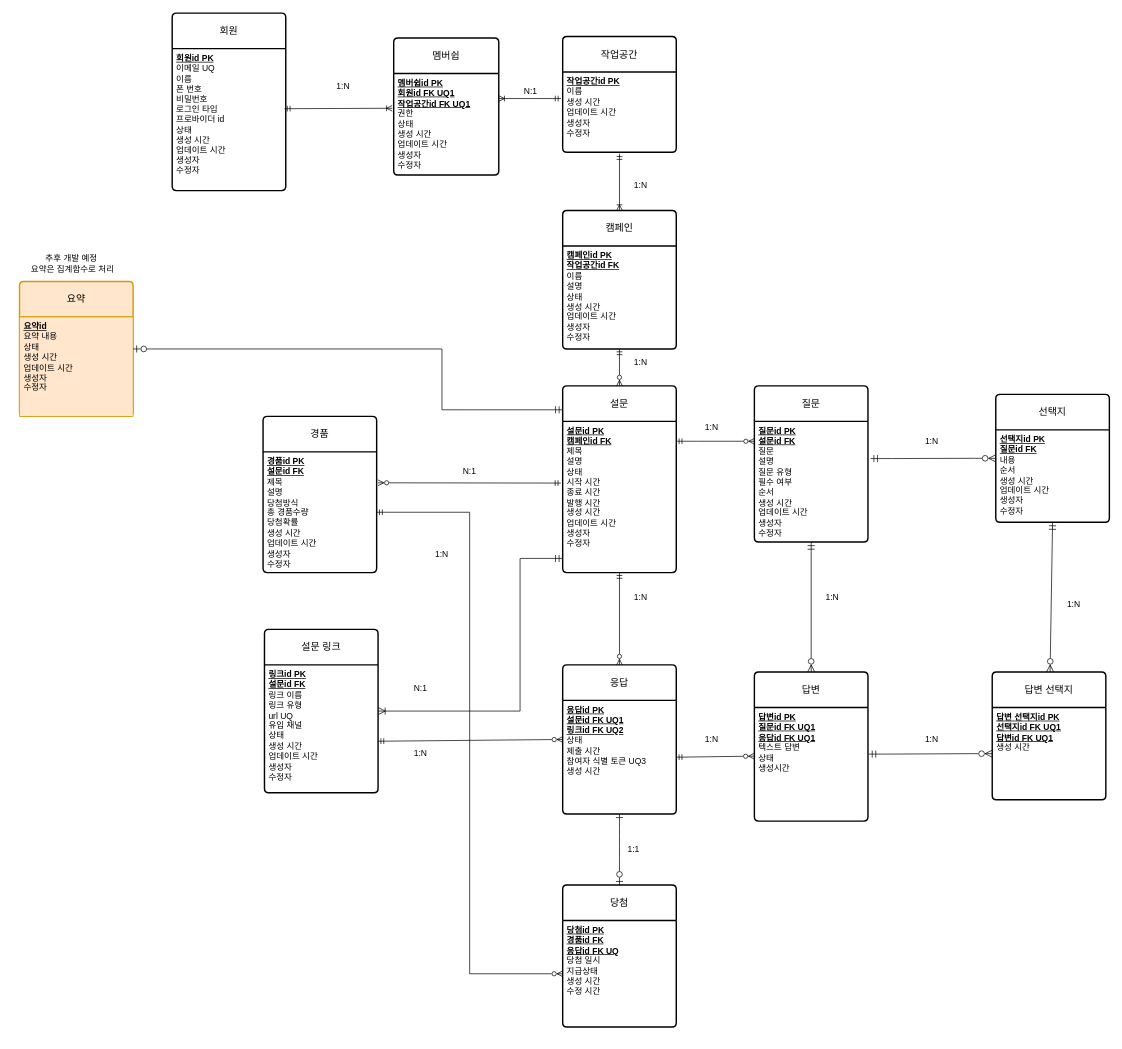
The draw.io diagram docs/database/logical-erd.drawio in lilsooin/insight-platform, before the edit. Source tidied: cells renumbered, new cells numbered last; positions are measured from the earlier drawing's top-left corner, leaving out a move shared by most shapes. Both pictures are drawn from the tidied source at 71%, with x=0, y=0 at pixel (12, 13).
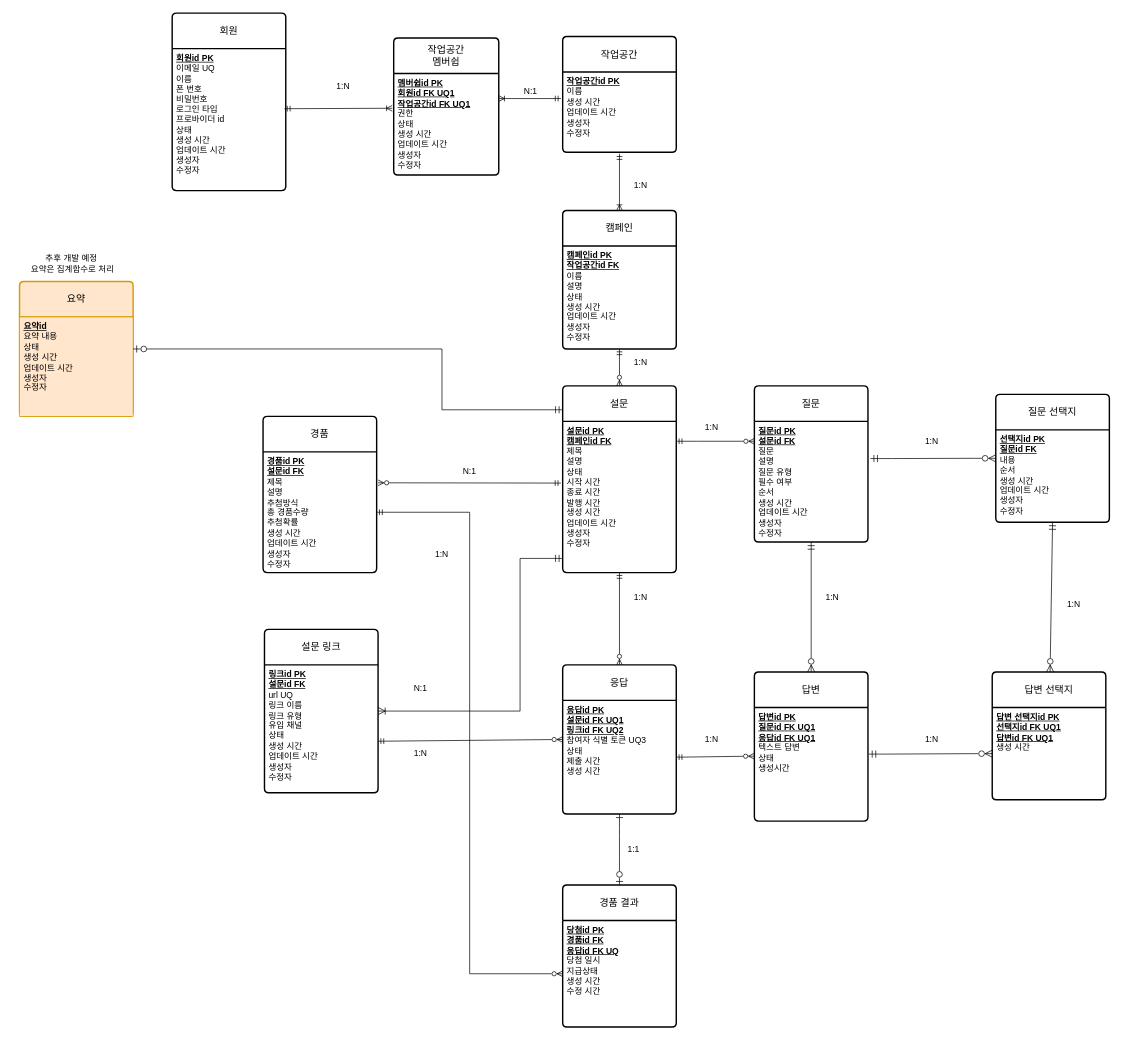
Above is the later version.

Commit message (it also covers changes not shown here):
docs: add initial logical ERD3

Unchanged cells that the change refers to:
```xml
<mxCell id="4" value="응답" style="swimlane;horizontal=1;startSize=50;rounded=1;fontSize=14;fontStyle=0;strokeWidth=2;shadow=0;dashed=0;align=center;arcSize=4;whiteSpace=wrap;html=1;" parent="1" vertex="1">
  <mxGeometry x="775" y="918" width="160" height="210" as="geometry" />
</mxCell>
<mxCell id="37" value="설문 링크" style="swimlane;horizontal=1;startSize=50;rounded=1;fontSize=14;fontStyle=0;strokeWidth=2;shadow=0;dashed=0;align=center;arcSize=4;whiteSpace=wrap;html=1;" parent="1" vertex="1">
  <mxGeometry x="355" y="868" width="160" height="230" as="geometry" />
</mxCell>
<mxCell id="44" value="경품" style="swimlane;horizontal=1;startSize=50;rounded=1;fontSize=14;fontStyle=0;strokeWidth=2;shadow=0;dashed=0;align=center;arcSize=4;whiteSpace=wrap;html=1;" parent="1" vertex="1">
  <mxGeometry x="353" y="568" width="160" height="220" as="geometry" />
</mxCell>
```

What changed in the source:
```diff
@@
-    <mxCell id="5" value="&lt;div&gt;&lt;u&gt;&lt;b&gt;응답id PK&lt;/b&gt;&lt;/u&gt;&lt;/div&gt;&lt;div&gt;&lt;div&gt;&lt;u&gt;&lt;b&gt;설문id FK UQ1&lt;/b&gt;&lt;/u&gt;&lt;/div&gt;&lt;div&gt;&lt;/div&gt;&lt;/div&gt;&lt;div&gt;&lt;div&gt;&lt;u&gt;&lt;b&gt;링크id FK UQ2&lt;/b&gt;&lt;/u&gt;&lt;/div&gt;&lt;/div&gt;&lt;div&gt;&lt;div&gt;상태&lt;/div&gt;&lt;div&gt;제출 시간&lt;/div&gt;&lt;div&gt;&lt;span style=&quot;background-color: transparent; color: light-dark(#000000, var(--ge-light-color, #ffffff));&quot;&gt;참여자 식별 토큰&lt;/span&gt;&lt;span style=&quot;background-color: transparent; color: light-dark(#000000, var(--ge-light-color, #ffffff));&quot;&gt;&amp;nbsp;UQ3&lt;/span&gt;&lt;/div&gt;&lt;div&gt;&lt;div&gt;생성 시간&lt;/div&gt;&lt;div&gt;&lt;br&gt;&lt;/div&gt;&lt;/div&gt;&lt;div&gt;&lt;div&gt;&lt;br&gt;&lt;/div&gt;&lt;/div&gt;&lt;div&gt;&lt;br&gt;&lt;/div&gt;&lt;/div&gt;" style="align=left;strokeColor=none;fillColor=none;spacingLeft=4;spacingRight=4;fontSize=12;verticalAlign=top;html=1;whiteSpace=wrap;" parent="4" vertex="1">
+    <mxCell id="5" value="&lt;div&gt;&lt;u&gt;&lt;b&gt;응답id PK&lt;/b&gt;&lt;/u&gt;&lt;/div&gt;&lt;div&gt;&lt;div&gt;&lt;u&gt;&lt;b&gt;설문id FK UQ1&lt;/b&gt;&lt;/u&gt;&lt;/div&gt;&lt;div&gt;&lt;/div&gt;&lt;/div&gt;&lt;div&gt;&lt;div&gt;&lt;u&gt;&lt;b&gt;링크id FK UQ2&lt;/b&gt;&lt;/u&gt;&lt;/div&gt;&lt;/div&gt;&lt;div&gt;&lt;div&gt;&lt;span style=&quot;background-color: transparent;&quot;&gt;참여자 식별 토큰&lt;/span&gt;&lt;span style=&quot;background-color: transparent;&quot;&gt; UQ3&lt;/span&gt;&lt;/div&gt;&lt;div&gt;&lt;/div&gt;&lt;/div&gt;&lt;div&gt;&lt;div&gt;상태&lt;/div&gt;&lt;div&gt;제출 시간&lt;/div&gt;&lt;div&gt;&lt;span style=&quot;background-color: transparent; color: light-dark(#000000, var(--ge-light-color, #ffffff));&quot;&gt;생성 시간&lt;/span&gt;&lt;/div&gt;&lt;div&gt;&lt;div&gt;&lt;br&gt;&lt;/div&gt;&lt;/div&gt;&lt;div&gt;&lt;div&gt;&lt;br&gt;&lt;/div&gt;&lt;/div&gt;&lt;div&gt;&lt;br&gt;&lt;/div&gt;&lt;/div&gt;" style="align=left;strokeColor=none;fillColor=none;spacingLeft=4;spacingRight=4;fontSize=12;verticalAlign=top;html=1;whiteSpace=wrap;" parent="4" vertex="1">
       <mxGeometry y="50" width="160" height="160" as="geometry" />
     </mxCell>
@@
-    <mxCell id="23" value="멤버쉽" style="swimlane;horizontal=1;startSize=50;rounded=1;fontSize=14;fontStyle=0;strokeWidth=2;shadow=0;dashed=0;align=center;arcSize=4;whiteSpace=wrap;html=1;" parent="1" vertex="1">
+    <mxCell id="23" value="&lt;div&gt;작업공간&lt;/div&gt;멤버쉽" style="swimlane;horizontal=1;startSize=50;rounded=1;fontSize=14;fontStyle=0;strokeWidth=2;shadow=0;dashed=0;align=center;arcSize=4;whiteSpace=wrap;html=1;" parent="1" vertex="1">
       <mxGeometry x="537" y="35" width="148" height="193" as="geometry" />
     </mxCell>
@@
-    <mxCell id="29" value="선택지" style="swimlane;horizontal=1;startSize=50;rounded=1;fontSize=14;fontStyle=0;strokeWidth=2;shadow=0;dashed=0;align=center;arcSize=4;whiteSpace=wrap;html=1;" parent="1" vertex="1">
+    <mxCell id="29" value="질문 선택지" style="swimlane;horizontal=1;startSize=50;rounded=1;fontSize=14;fontStyle=0;strokeWidth=2;shadow=0;dashed=0;align=center;arcSize=4;whiteSpace=wrap;html=1;" parent="1" vertex="1">
       <mxGeometry x="1385" y="537" width="160" height="180" as="geometry" />
     </mxCell>
@@
-    <mxCell id="38" value="&lt;div&gt;&lt;u&gt;&lt;b&gt;링크id PK&lt;/b&gt;&lt;/u&gt;&lt;/div&gt;&lt;div&gt;&lt;u style=&quot;background-color: transparent; color: light-dark(#000000, var(--ge-light-color, #ffffff));&quot;&gt;&lt;b&gt;설문id FK&lt;/b&gt;&lt;/u&gt;&lt;/div&gt;&lt;div&gt;&lt;div&gt;&lt;/div&gt;&lt;/div&gt;&lt;div&gt;링크 이름&lt;/div&gt;&lt;div&gt;링크 유형&lt;/div&gt;&lt;div&gt;url UQ&lt;/div&gt;&lt;div&gt;유입 채널&lt;/div&gt;&lt;div&gt;상태&lt;/div&gt;&lt;div&gt;생성 시간&lt;/div&gt;&lt;div&gt;업데이트 시간&lt;/div&gt;&lt;div&gt;&lt;div&gt;&lt;div&gt;생성자&lt;/div&gt;&lt;div&gt;수정자&lt;/div&gt;&lt;/div&gt;&lt;div&gt;&lt;br&gt;&lt;/div&gt;&lt;/div&gt;&lt;div&gt;&lt;br&gt;&lt;/div&gt;&lt;div&gt;&lt;br&gt;&lt;/div&gt;" style="align=left;strokeColor=none;fillColor=none;spacingLeft=4;spacingRight=4;fontSize=12;verticalAlign=top;html=1;whiteSpace=wrap;" parent="37" vertex="1">
+    <mxCell id="38" value="&lt;div&gt;&lt;u&gt;&lt;b&gt;링크id PK&lt;/b&gt;&lt;/u&gt;&lt;/div&gt;&lt;div&gt;&lt;u style=&quot;background-color: transparent; color: light-dark(#000000, var(--ge-light-color, #ffffff));&quot;&gt;&lt;b&gt;설문id FK&lt;/b&gt;&lt;/u&gt;&lt;/div&gt;&lt;div&gt;url UQ&lt;u style=&quot;background-color: transparent; color: light-dark(#000000, var(--ge-light-color, #ffffff));&quot;&gt;&lt;b&gt;&lt;/b&gt;&lt;/u&gt;&lt;/div&gt;&lt;div&gt;&lt;div&gt;&lt;/div&gt;&lt;/div&gt;&lt;div&gt;링크 이름&lt;/div&gt;&lt;div&gt;링크 유형&lt;/div&gt;&lt;div&gt;유입 채널&lt;/div&gt;&lt;div&gt;상태&lt;/div&gt;&lt;div&gt;생성 시간&lt;/div&gt;&lt;div&gt;업데이트 시간&lt;/div&gt;&lt;div&gt;&lt;div&gt;&lt;div&gt;생성자&lt;/div&gt;&lt;div&gt;수정자&lt;/div&gt;&lt;/div&gt;&lt;div&gt;&lt;br&gt;&lt;/div&gt;&lt;/div&gt;&lt;div&gt;&lt;br&gt;&lt;/div&gt;&lt;div&gt;&lt;br&gt;&lt;/div&gt;" style="align=left;strokeColor=none;fillColor=none;spacingLeft=4;spacingRight=4;fontSize=12;verticalAlign=top;html=1;whiteSpace=wrap;" parent="37" vertex="1">
       <mxGeometry y="50" width="160" height="180" as="geometry" />
     </mxCell>
@@
-    <mxCell id="45" value="&lt;div&gt;&lt;u&gt;&lt;b&gt;경품id PK&lt;/b&gt;&lt;/u&gt;&lt;/div&gt;&lt;div&gt;&lt;div&gt;&lt;u&gt;&lt;b&gt;설문id FK&lt;/b&gt;&lt;/u&gt;&lt;/div&gt;&lt;div&gt;&lt;/div&gt;&lt;/div&gt;&lt;div&gt;제목&lt;/div&gt;&lt;div&gt;설명&lt;/div&gt;&lt;div&gt;당첨방식&lt;/div&gt;&lt;div&gt;총 경품수량&lt;/div&gt;&lt;div&gt;&lt;span style=&quot;background-color: transparent; color: light-dark(#000000, var(--ge-light-color, #ffffff));&quot;&gt;당첨확률&lt;/span&gt;&lt;/div&gt;&lt;div&gt;&lt;span style=&quot;background-color: transparent; color: light-dark(#000000, var(--ge-light-color, #ffffff));&quot;&gt;생성 시간&lt;/span&gt;&lt;/div&gt;&lt;div&gt;업데이트 시간&lt;/div&gt;&lt;div&gt;&lt;div&gt;&lt;div&gt;생성자&lt;/div&gt;&lt;div&gt;수정자&lt;/div&gt;&lt;/div&gt;&lt;div&gt;&lt;br&gt;&lt;/div&gt;&lt;/div&gt;&lt;div&gt;&lt;br&gt;&lt;/div&gt;" style="align=left;strokeColor=none;fillColor=none;spacingLeft=4;spacingRight=4;fontSize=12;verticalAlign=top;html=1;whiteSpace=wrap;" parent="44" vertex="1">
+    <mxCell id="45" value="&lt;div&gt;&lt;u&gt;&lt;b&gt;경품id PK&lt;/b&gt;&lt;/u&gt;&lt;/div&gt;&lt;div&gt;&lt;div&gt;&lt;u&gt;&lt;b&gt;설문id FK&lt;/b&gt;&lt;/u&gt;&lt;/div&gt;&lt;div&gt;&lt;/div&gt;&lt;/div&gt;&lt;div&gt;제목&lt;/div&gt;&lt;div&gt;설명&lt;/div&gt;&lt;div&gt;추첨방식&lt;/div&gt;&lt;div&gt;총 경품수량&lt;/div&gt;&lt;div&gt;&lt;span style=&quot;background-color: transparent; color: light-dark(#000000, var(--ge-light-color, #ffffff));&quot;&gt;추첨확률&lt;/span&gt;&lt;/div&gt;&lt;div&gt;&lt;span style=&quot;background-color: transparent; color: light-dark(#000000, var(--ge-light-color, #ffffff));&quot;&gt;생성 시간&lt;/span&gt;&lt;/div&gt;&lt;div&gt;업데이트 시간&lt;/div&gt;&lt;div&gt;&lt;div&gt;&lt;div&gt;생성자&lt;/div&gt;&lt;div&gt;수정자&lt;/div&gt;&lt;/div&gt;&lt;div&gt;&lt;br&gt;&lt;/div&gt;&lt;/div&gt;&lt;div&gt;&lt;br&gt;&lt;/div&gt;" style="align=left;strokeColor=none;fillColor=none;spacingLeft=4;spacingRight=4;fontSize=12;verticalAlign=top;html=1;whiteSpace=wrap;" parent="44" vertex="1">
       <mxGeometry y="50" width="160" height="170" as="geometry" />
     </mxCell>
-    <mxCell id="46" value="당첨" style="swimlane;horizontal=1;startSize=50;rounded=1;fontSize=14;fontStyle=0;strokeWidth=2;shadow=0;dashed=0;align=center;arcSize=4;whiteSpace=wrap;html=1;" parent="1" vertex="1">
+    <mxCell id="46" value="경품 결과" style="swimlane;horizontal=1;startSize=50;rounded=1;fontSize=14;fontStyle=0;strokeWidth=2;shadow=0;dashed=0;align=center;arcSize=4;whiteSpace=wrap;html=1;" parent="1" vertex="1">
       <mxGeometry x="775" y="1228" width="160" height="200" as="geometry" />
     </mxCell>
```
